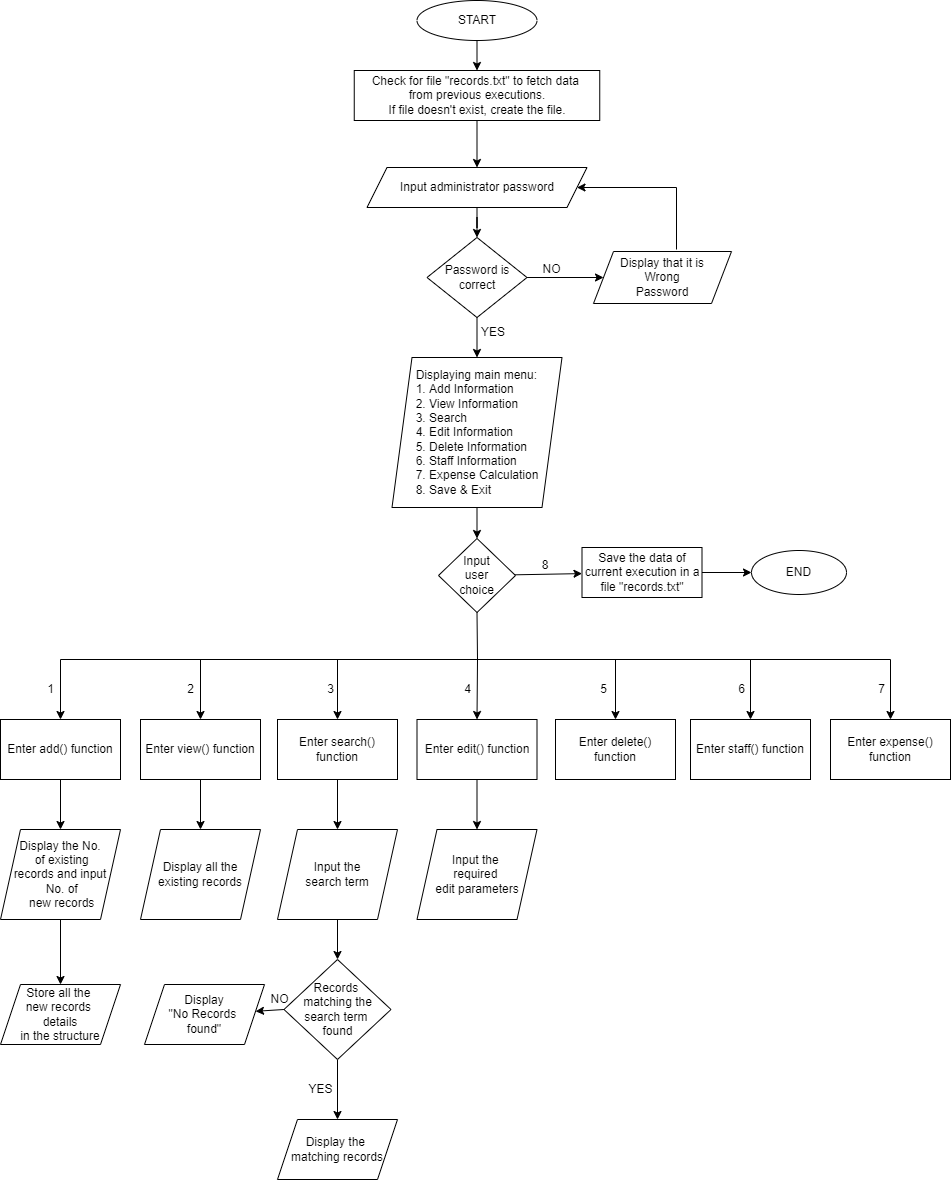
Earlier version of the draw.io export Flowchart.png (adivishnu-a/Hospital-Management-System). Source tidied: cells renumbered, new cells last; positions are measured from the earlier drawing's top-left corner, leaving out a move shared by most shapes.
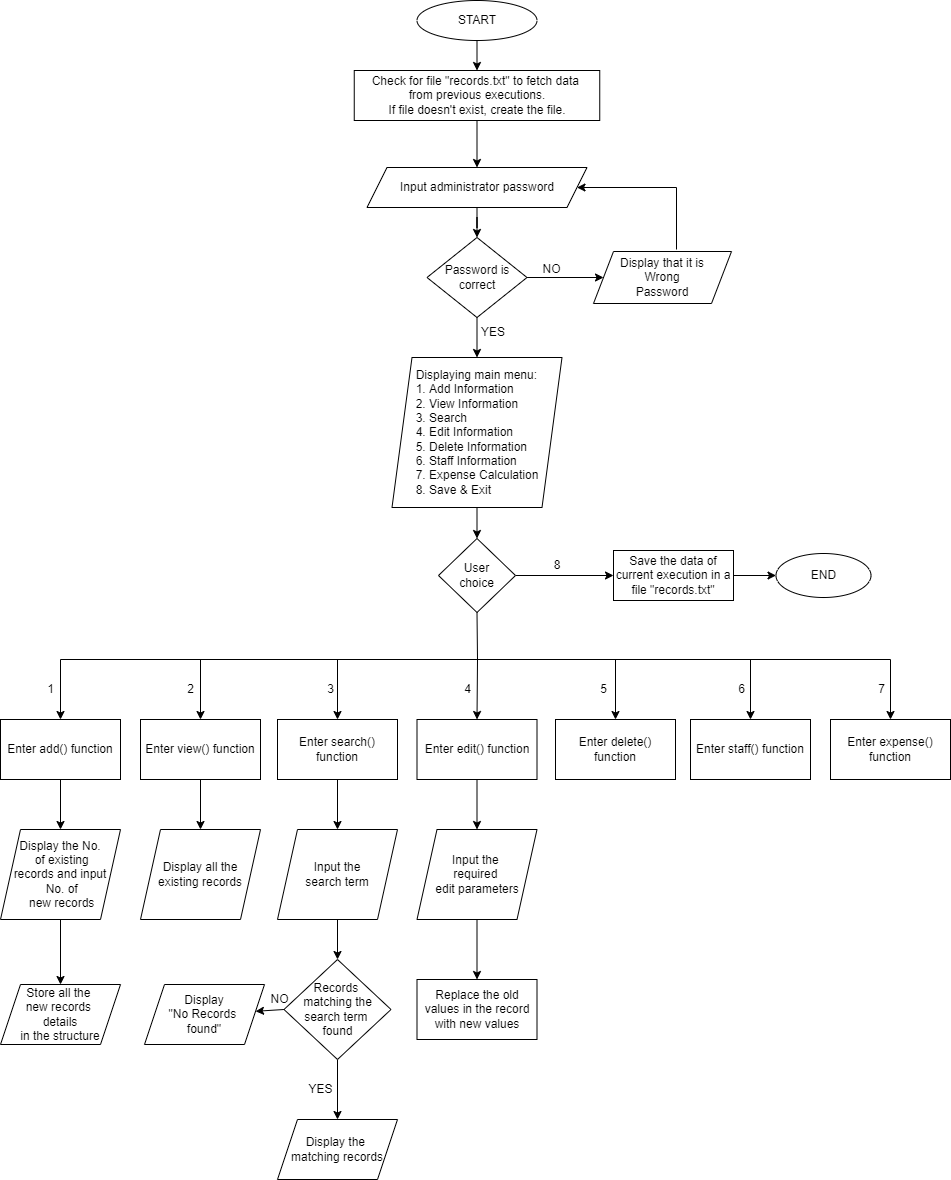
After the commit.

Diff of the diagram source:
```diff
@@ -35,7 +35,7 @@
     <mxCell id="12" style="edgeStyle=none;rounded=0;jettySize=auto;html=1;" parent="1" edge="1" source="13" target="17">
       <mxGeometry relative="1" as="geometry" />
     </mxCell>
-    <mxCell id="13" value="Input&lt;br&gt;user&lt;br&gt;choice" style="rhombus;whiteSpace=wrap;html=1;" parent="1" vertex="1">
+    <mxCell id="13" value="User&lt;br&gt;choice" style="rhombus;whiteSpace=wrap;html=1;" parent="1" vertex="1">
       <mxGeometry x="438" y="538" width="77" height="74" as="geometry" />
     </mxCell>
     <mxCell id="14" value="Check for file &quot;records.txt&quot; to fetch data &lt;br&gt;from previous executions.&lt;br&gt;If file doesn't exist, create the file." style="rounded=0;whiteSpace=wrap;html=1;" parent="1" vertex="1">
@@ -48,13 +48,13 @@
       <mxGeometry relative="1" as="geometry" />
     </mxCell>
     <mxCell id="17" value="Save the data of current execution in a file &quot;records.txt&quot;" style="whiteSpace=wrap;html=1;" parent="1" vertex="1">
-      <mxGeometry x="581.5" y="547" width="120" height="50" as="geometry" />
+      <mxGeometry x="613" y="550" width="120" height="50" as="geometry" />
     </mxCell>
     <mxCell id="18" value="END" style="ellipse;whiteSpace=wrap;html=1;" parent="1" vertex="1">
-      <mxGeometry x="751" y="550" width="95" height="44" as="geometry" />
+      <mxGeometry x="775.5" y="553" width="95" height="44" as="geometry" />
     </mxCell>
     <mxCell id="19" value="8" style="text;html=1;strokeColor=none;fillColor=none;align=center;verticalAlign=middle;whiteSpace=wrap;rounded=0;" parent="1" vertex="1">
-      <mxGeometry x="515" y="550" width="60" height="30" as="geometry" />
+      <mxGeometry x="526.5" y="550" width="60" height="30" as="geometry" />
     </mxCell>
     <mxCell id="20" style="edgeStyle=none;rounded=0;jettySize=auto;html=1;entryX=1;entryY=0.5;entryDx=0;entryDy=0;" parent="1" edge="1" target="5">
       <mxGeometry relative="1" as="geometry">
@@ -209,8 +209,14 @@
     <mxCell id="62" value="YES" style="text;html=1;align=center;verticalAlign=middle;strokeColor=none;fillColor=none;fontColor=#000000;" parent="1" vertex="1">
       <mxGeometry x="300" y="1079" width="40" height="20" as="geometry" />
     </mxCell>
+    <mxCell id="64" style="edgeStyle=none;rounded=0;jettySize=auto;html=1;fontColor=#000000;" parent="1" edge="1" source="63" target="65">
+      <mxGeometry relative="1" as="geometry" />
+    </mxCell>
     <mxCell id="63" value="Input the &lt;br&gt;required &lt;br&gt;edit parameters" style="shape=parallelogram;perimeter=parallelogramPerimeter;whiteSpace=wrap;html=1;fixedSize=1;rounded=0;" parent="1" vertex="1">
       <mxGeometry x="416.5" y="829" width="120" height="90" as="geometry" />
     </mxCell>
+    <mxCell id="65" value="Replace the old values in the record with new values" style="whiteSpace=wrap;html=1;rounded=0;" parent="1" vertex="1">
+      <mxGeometry x="416.5" y="979" width="120" height="60" as="geometry" />
+    </mxCell>
   </root>
 </mxGraphModel>
```
